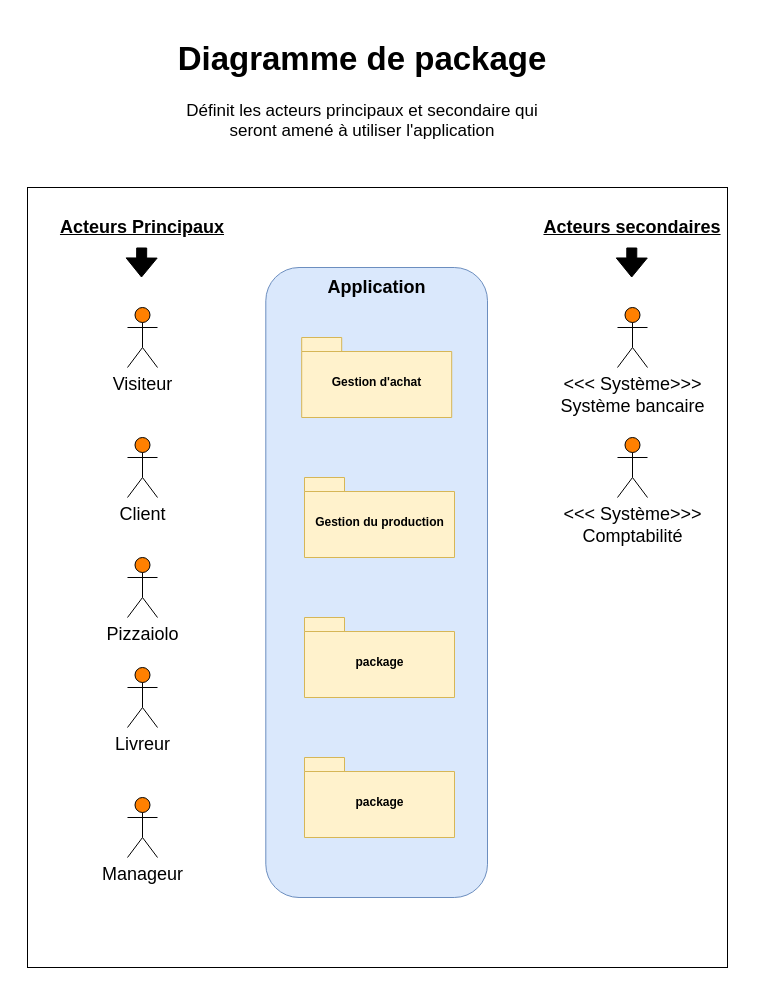
Above: Package Diagram.drawio in Maayaavi/OC_Project_4 (draw.io), before the change. Source tidied: cells renumbered, new cells numbered last; positions are measured from the earlier drawing's top-left corner, leaving out a move shared by most shapes. Both pictures are drawn from the tidied source at 100%, with x=0, y=0 at pixel (17, 27).
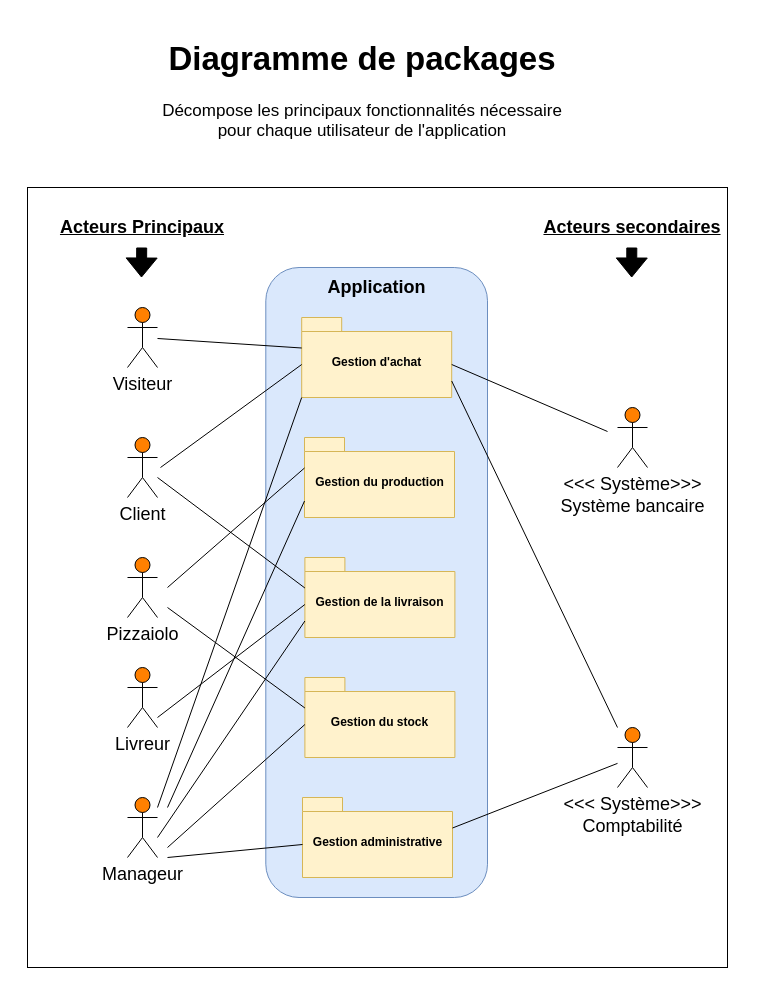
Above is the later version.

Unchanged cells that the change refers to:
```xml
<mxCell id="6" value="Visiteur" style="shape=umlActor;verticalLabelPosition=bottom;labelBackgroundColor=#ffffff;verticalAlign=top;html=1;outlineConnect=0;fontSize=18;fillColor=#FF8000;" parent="1" vertex="1">
  <mxGeometry x="110" y="280" width="30" height="60" as="geometry" />
</mxCell>
```

What changed in the source:
```diff
@@
-    <mxCell id="3" value="&lt;h1 style=&quot;font-size: 33px&quot;&gt;Diagramme de package&lt;/h1&gt;&lt;p style=&quot;font-size: 17px&quot;&gt;Définit les acteurs principaux et secondaire qui seront amené à utiliser l'application&lt;/p&gt;" style="text;html=1;strokeColor=none;fillColor=none;spacing=5;spacingTop=-20;whiteSpace=wrap;overflow=hidden;rounded=0;align=center;" parent="1" vertex="1">
+    <mxCell id="3" value="&lt;h1 style=&quot;font-size: 33px&quot;&gt;Diagramme de packages&lt;/h1&gt;&lt;p style=&quot;font-size: 17px&quot;&gt;Décompose les principaux fonctionnalités nécessaire pour chaque utilisateur de l'application&lt;/p&gt;" style="text;html=1;strokeColor=none;fillColor=none;spacing=5;spacingTop=-20;whiteSpace=wrap;overflow=hidden;rounded=0;align=center;" parent="1" vertex="1">
       <mxGeometry x="140" width="410" height="120" as="geometry" />
     </mxCell>
@@
     <mxCell id="11" value="&amp;lt;&amp;lt;&amp;lt; Système&amp;gt;&amp;gt;&amp;gt;&lt;br&gt;Système bancaire" style="shape=umlActor;verticalLabelPosition=bottom;labelBackgroundColor=#ffffff;verticalAlign=top;html=1;fontSize=18;gradientColor=none;gradientDirection=north;fillColor=#FF8000;" parent="1" vertex="1">
-      <mxGeometry x="600" y="280" width="30" height="60" as="geometry" />
+      <mxGeometry x="600" y="380" width="30" height="60" as="geometry" />
     </mxCell>
     <mxCell id="12" value="&amp;lt;&amp;lt;&amp;lt; Système&amp;gt;&amp;gt;&amp;gt;&lt;br&gt;Comptabilité" style="shape=umlActor;verticalLabelPosition=bottom;labelBackgroundColor=#ffffff;verticalAlign=top;html=1;outlineConnect=0;fontSize=18;gradientColor=none;gradientDirection=north;fillColor=#FF8000;" parent="1" vertex="1">
-      <mxGeometry x="600" y="410" width="30" height="60" as="geometry" />
+      <mxGeometry x="600" y="700" width="30" height="60" as="geometry" />
     </mxCell>
@@
     <mxCell id="17" value="Gestion d'achat" style="shape=folder;fontStyle=1;spacingTop=10;tabWidth=40;tabHeight=14;tabPosition=left;html=1;fillColor=#fff2cc;strokeColor=#d6b656;" parent="1" vertex="1">
-      <mxGeometry x="284.2" y="310" width="150" height="80" as="geometry" />
+      <mxGeometry x="284.2" y="290" width="150" height="80" as="geometry" />
     </mxCell>
     <mxCell id="18" value="Gestion du production" style="shape=folder;fontStyle=1;spacingTop=10;tabWidth=40;tabHeight=14;tabPosition=left;html=1;fillColor=#fff2cc;strokeColor=#d6b656;" parent="1" vertex="1">
-      <mxGeometry x="287" y="450" width="150" height="80" as="geometry" />
+      <mxGeometry x="287" y="410" width="150" height="80" as="geometry" />
     </mxCell>
-    <mxCell id="19" value="package" style="shape=folder;fontStyle=1;spacingTop=10;tabWidth=40;tabHeight=14;tabPosition=left;html=1;fillColor=#fff2cc;strokeColor=#d6b656;" parent="1" vertex="1">
-      <mxGeometry x="287" y="590" width="150" height="80" as="geometry" />
+    <mxCell id="19" value="Gestion de la livraison" style="shape=folder;fontStyle=1;spacingTop=10;tabWidth=40;tabHeight=14;tabPosition=left;html=1;fillColor=#fff2cc;strokeColor=#d6b656;" parent="1" vertex="1">
+      <mxGeometry x="287.4" y="530" width="150" height="80" as="geometry" />
     </mxCell>
-    <mxCell id="20" value="package" style="shape=folder;fontStyle=1;spacingTop=10;tabWidth=40;tabHeight=14;tabPosition=left;html=1;fillColor=#fff2cc;strokeColor=#d6b656;" parent="1" vertex="1">
-      <mxGeometry x="287" y="730" width="150" height="80" as="geometry" />
+    <mxCell id="20" value="Gestion du stock" style="shape=folder;fontStyle=1;spacingTop=10;tabWidth=40;tabHeight=14;tabPosition=left;html=1;fillColor=#fff2cc;strokeColor=#d6b656;" parent="1" vertex="1">
+      <mxGeometry x="287.4" y="650" width="150" height="80" as="geometry" />
     </mxCell>
+    <mxCell id="21" style="endArrow=none;html=1;entryX=0;entryY=0;entryDx=0;entryDy=30.5;entryPerimeter=0;" parent="1" edge="1" source="6" target="17">
+      <mxGeometry relative="1" as="geometry" />
+    </mxCell>
+    <mxCell id="22" style="endArrow=none;html=1;entryX=0;entryY=0;entryDx=0;entryDy=47;entryPerimeter=0;" parent="1" edge="1" target="17">
+      <mxGeometry relative="1" as="geometry">
+        <mxPoint x="143" y="440" as="sourcePoint" />
+      </mxGeometry>
+    </mxCell>
+    <mxCell id="23" style="endArrow=none;html=1;entryX=0;entryY=0;entryDx=0;entryDy=30.5;entryPerimeter=0;" parent="1" edge="1" target="18">
+      <mxGeometry relative="1" as="geometry">
+        <mxPoint x="150" y="560" as="sourcePoint" />
+      </mxGeometry>
+    </mxCell>
+    <mxCell id="24" style="endArrow=none;html=1;entryX=0;entryY=0;entryDx=0;entryDy=63.5;entryPerimeter=0;" parent="1" edge="1" target="18">
+      <mxGeometry relative="1" as="geometry">
+        <mxPoint x="150" y="780" as="sourcePoint" />
+      </mxGeometry>
+    </mxCell>
+    <mxCell id="25" style="endArrow=none;html=1;entryX=0;entryY=0;entryDx=0;entryDy=80;entryPerimeter=0;" parent="1" edge="1" target="17">
+      <mxGeometry relative="1" as="geometry">
+        <mxPoint x="140" y="780" as="sourcePoint" />
+      </mxGeometry>
+    </mxCell>
+    <mxCell id="26" style="endArrow=none;html=1;exitX=0;exitY=0;exitDx=150;exitDy=47;exitPerimeter=0;" parent="1" edge="1" source="17">
+      <mxGeometry relative="1" as="geometry">
+        <mxPoint x="590" y="404" as="targetPoint" />
+      </mxGeometry>
+    </mxCell>
+    <mxCell id="27" style="endArrow=none;html=1;exitX=0;exitY=0;exitDx=150;exitDy=63.5;exitPerimeter=0;" parent="1" edge="1" source="17">
+      <mxGeometry relative="1" as="geometry">
+        <mxPoint x="600" y="700" as="targetPoint" />
+      </mxGeometry>
+    </mxCell>
+    <mxCell id="28" style="endArrow=none;html=1;entryX=0;entryY=0;entryDx=0;entryDy=47;entryPerimeter=0;" parent="1" edge="1" target="19">
+      <mxGeometry relative="1" as="geometry">
+        <mxPoint x="140" y="690" as="sourcePoint" />
+      </mxGeometry>
+    </mxCell>
+    <mxCell id="29" style="endArrow=none;html=1;entryX=0;entryY=0;entryDx=0;entryDy=30.5;entryPerimeter=0;" parent="1" edge="1" target="19">
+      <mxGeometry relative="1" as="geometry">
+        <mxPoint x="140" y="450" as="sourcePoint" />
+      </mxGeometry>
+    </mxCell>
+    <mxCell id="30" style="endArrow=none;html=1;entryX=0;entryY=0;entryDx=0;entryDy=30.5;entryPerimeter=0;" parent="1" edge="1" target="20">
+      <mxGeometry relative="1" as="geometry">
+        <mxPoint x="150" y="580" as="sourcePoint" />
+      </mxGeometry>
+    </mxCell>
+    <mxCell id="31" style="endArrow=none;html=1;entryX=0;entryY=0;entryDx=0;entryDy=47;entryPerimeter=0;" parent="1" edge="1" target="20">
+      <mxGeometry relative="1" as="geometry">
+        <mxPoint x="150" y="820" as="sourcePoint" />
+      </mxGeometry>
+    </mxCell>
+    <mxCell id="32" style="endArrow=none;html=1;entryX=0;entryY=0;entryDx=0;entryDy=63.5;entryPerimeter=0;" parent="1" edge="1" target="19">
+      <mxGeometry relative="1" as="geometry">
+        <mxPoint x="140" y="810" as="sourcePoint" />
+      </mxGeometry>
+    </mxCell>
+    <mxCell id="33" value="Gestion administrative" style="shape=folder;fontStyle=1;spacingTop=10;tabWidth=40;tabHeight=14;tabPosition=left;html=1;fillColor=#fff2cc;strokeColor=#d6b656;" parent="1" vertex="1">
+      <mxGeometry x="285" y="770" width="150" height="80" as="geometry" />
+    </mxCell>
+    <mxCell id="34" style="endArrow=none;html=1;entryX=0;entryY=0;entryDx=0;entryDy=47;entryPerimeter=0;" parent="1" edge="1" target="33">
+      <mxGeometry relative="1" as="geometry">
+        <mxPoint x="150" y="830" as="sourcePoint" />
+      </mxGeometry>
+    </mxCell>
+    <mxCell id="35" style="endArrow=none;html=1;exitX=0;exitY=0;exitDx=150;exitDy=30.5;exitPerimeter=0;" parent="1" edge="1" source="33" target="12">
+      <mxGeometry relative="1" as="geometry" />
+    </mxCell>
```
